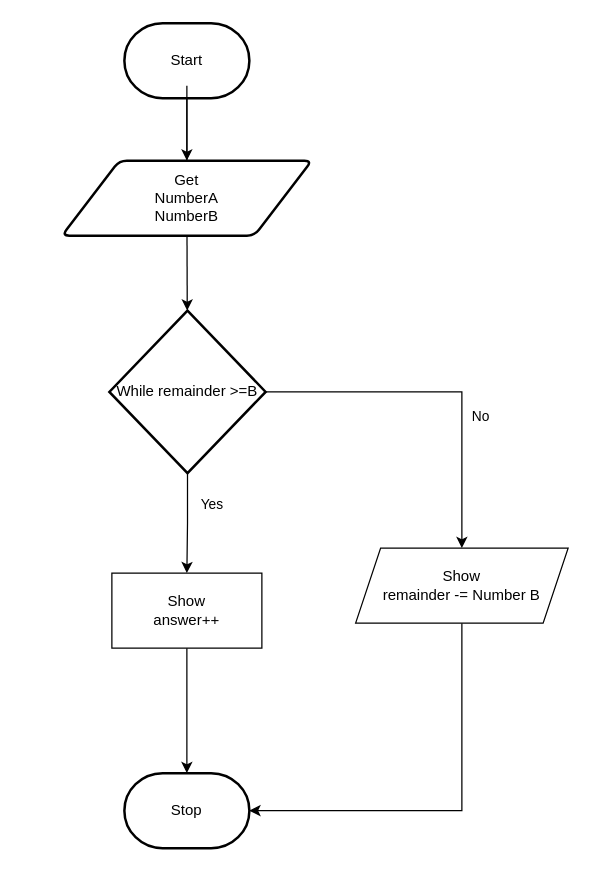
This is design/flowchart.drawio from MTHS-ICS2O-2-2022/ICS2O-Unit-5-08-Lucas-Osmond, a draw.io file, before an edit. Source tidied: cells renumbered, new cells numbered last; positions are measured from the earlier drawing's top-left corner, leaving out a move shared by most shapes. Both pictures are drawn from the tidied source at 125%, with x=0, y=0 at pixel (61, 22).
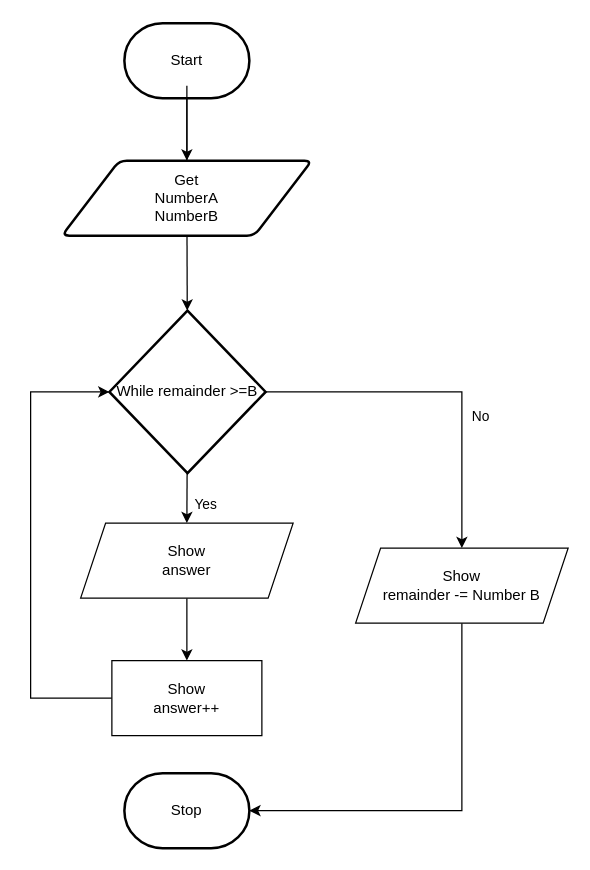
Above is the later version.

Unchanged cells that the change refers to:
```xml
<mxCell id="5" value="Stop" style="strokeWidth=2;html=1;shape=mxgraph.flowchart.terminator;whiteSpace=wrap;" parent="1" vertex="1">
  <mxGeometry x="50" y="600" width="100" height="60" as="geometry" />
</mxCell>
<mxCell id="10" value="While remainder &amp;gt;=B" style="strokeWidth=2;html=1;shape=mxgraph.flowchart.decision;whiteSpace=wrap;" parent="1" vertex="1">
  <mxGeometry x="38" y="230" width="125" height="130" as="geometry" />
</mxCell>
```

Diff of the diagram source:
```diff
@@
-    <mxCell id="8" style="edgeStyle=orthogonalEdgeStyle;html=1;entryX=0.5;entryY=0;entryDx=0;entryDy=0;rounded=0;" parent="1" edge="1" source="10" target="12">
-      <mxGeometry relative="1" as="geometry" />
-    </mxCell>
@@
+    <mxCell id="17" style="edgeStyle=none;html=1;entryX=0.5;entryY=0;entryDx=0;entryDy=0;" parent="1" edge="1" source="10" target="20">
+      <mxGeometry relative="1" as="geometry" />
+    </mxCell>
@@
-    <mxCell id="11" style="edgeStyle=orthogonalEdgeStyle;shape=connector;rounded=0;html=1;labelBackgroundColor=default;strokeColor=default;fontFamily=Helvetica;fontSize=11;fontColor=default;endArrow=classic;" parent="1" edge="1" source="12" target="5">
-      <mxGeometry relative="1" as="geometry" />
-    </mxCell>
+    <mxCell id="18" style="edgeStyle=orthogonalEdgeStyle;html=1;rounded=0;entryX=0;entryY=0.5;entryDx=0;entryDy=0;entryPerimeter=0;" parent="1" edge="1" source="12" target="10">
+      <mxGeometry relative="1" as="geometry">
+        <Array as="points">
+          <mxPoint x="-25" y="540" />
+          <mxPoint x="-25" y="295" />
+        </Array>
+      </mxGeometry>
+    </mxCell>
     <mxCell id="12" value="Show&lt;br&gt;answer++" style="rounded=0;whiteSpace=wrap;html=1;" parent="1" vertex="1">
-      <mxGeometry x="40" y="440" width="120" height="60" as="geometry" />
+      <mxGeometry x="40" y="510" width="120" height="60" as="geometry" />
     </mxCell>
@@
     <mxCell id="15" value="Yes" style="text;html=1;align=center;verticalAlign=middle;strokeColor=none;fillColor=none;fontSize=11;fontFamily=Helvetica;fontColor=default;" parent="1" vertex="1">
-      <mxGeometry x="100" y="370" width="40" height="30" as="geometry" />
+      <mxGeometry x="95" y="370" width="40" height="30" as="geometry" />
     </mxCell>
@@
+    <mxCell id="19" style="edgeStyle=none;html=1;" parent="1" edge="1" source="20" target="12">
+      <mxGeometry relative="1" as="geometry" />
+    </mxCell>
+    <mxCell id="20" value="Show&lt;br&gt;answer" style="shape=parallelogram;perimeter=parallelogramPerimeter;whiteSpace=wrap;html=1;fixedSize=1;" parent="1" vertex="1">
+      <mxGeometry x="15" y="400" width="170" height="60" as="geometry" />
+    </mxCell>
```
